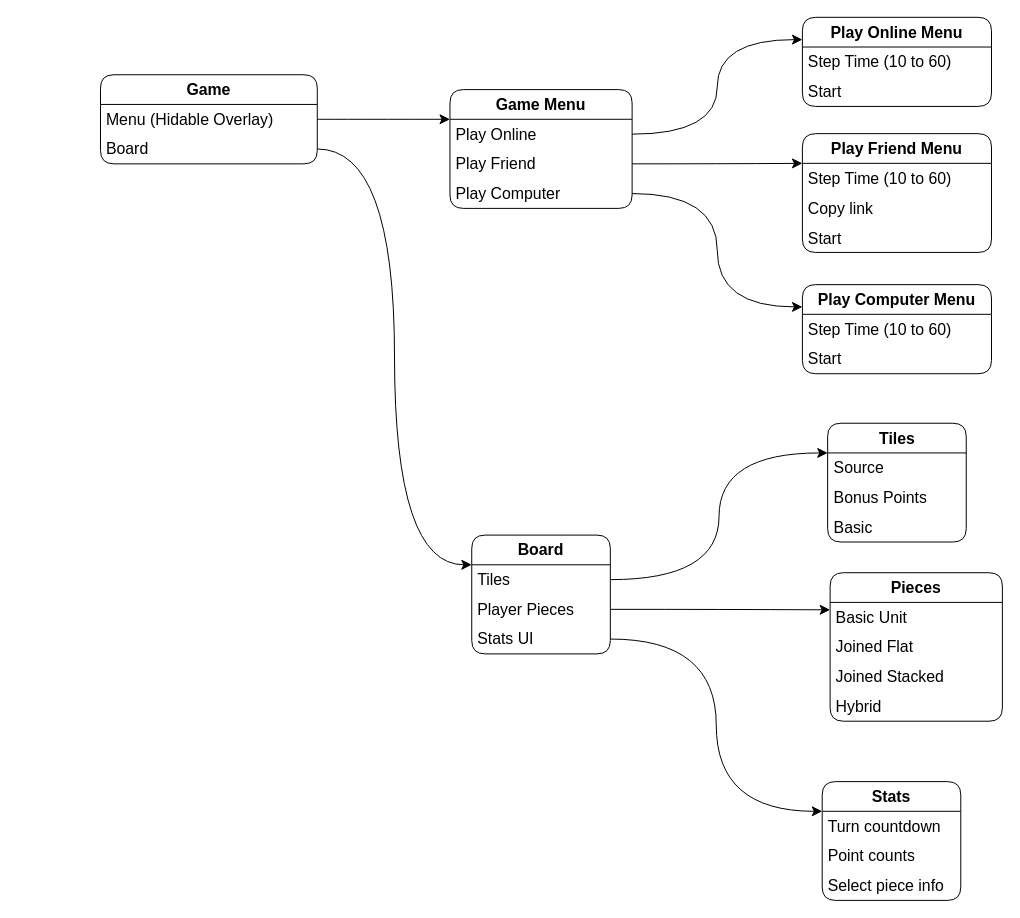
Before: FoldersGambit.drawio in sonusario/Folders-Gambit, a draw.io diagram. Source tidied: cells renumbered, new cells numbered last; positions are measured from the earlier drawing's top-left corner, leaving out a move shared by most shapes. Both pictures are drawn from the tidied source at 99%, with x=0, y=0 at pixel (100, 17).
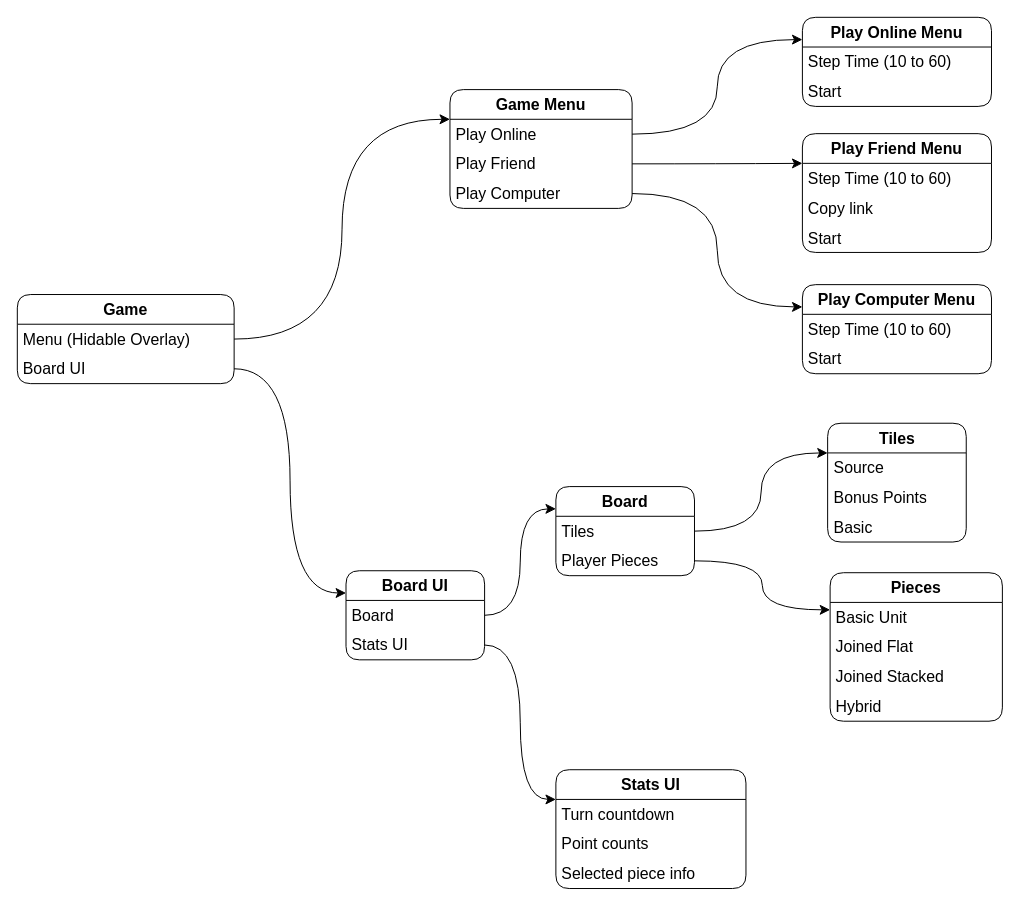
After the change.

Unchanged cells that the change refers to:
```xml
<mxCell id="2" value="&lt;b&gt;Game Menu&lt;/b&gt;" style="swimlane;fontStyle=0;horizontal=1;startSize=30;whiteSpace=wrap;html=1;fontSize=16;rounded=1;" parent="1" vertex="1">
  <mxGeometry x="353" y="73" width="184" height="120" as="geometry" />
</mxCell>
<mxCell id="24" value="Menu (Hidable Overlay)" style="text;strokeColor=none;fillColor=none;align=left;verticalAlign=middle;spacingLeft=4;spacingRight=4;overflow=hidden;points=[[0,0.5],[1,0.5]];portConstraint=eastwest;whiteSpace=wrap;html=1;fontSize=16;" parent="23" vertex="1">
  <mxGeometry y="30" width="219" height="30" as="geometry" />
</mxCell>
```

Change to the diagram source:
```diff
@@
     <mxCell id="19" value="&lt;b&gt;Board&lt;/b&gt;" style="swimlane;fontStyle=0;horizontal=1;startSize=30;whiteSpace=wrap;html=1;fontSize=16;rounded=1;" parent="1" vertex="1">
-      <mxGeometry x="375" y="523" width="140" height="120" as="geometry" />
+      <mxGeometry x="460" y="474" width="140" height="90" as="geometry" />
     </mxCell>
@@
-    <mxCell id="22" value="Stats UI" style="text;strokeColor=none;fillColor=none;align=left;verticalAlign=middle;spacingLeft=4;spacingRight=4;overflow=hidden;points=[[0,0.5],[1,0.5]];portConstraint=eastwest;whiteSpace=wrap;html=1;fontSize=16;" parent="19" vertex="1">
-      <mxGeometry y="90" width="140" height="30" as="geometry" />
-    </mxCell>
     <mxCell id="23" value="&lt;b&gt;Game&lt;/b&gt;" style="swimlane;fontStyle=0;horizontal=1;startSize=30;whiteSpace=wrap;html=1;fontSize=16;rounded=1;" parent="1" vertex="1">
-      <mxGeometry y="58" width="219" height="90" as="geometry" />
+      <mxGeometry x="-84" y="280" width="219" height="90" as="geometry" />
     </mxCell>
@@
-    <mxCell id="25" value="Board" style="text;strokeColor=none;fillColor=none;align=left;verticalAlign=middle;spacingLeft=4;spacingRight=4;overflow=hidden;points=[[0,0.5],[1,0.5]];portConstraint=eastwest;whiteSpace=wrap;html=1;fontSize=16;" parent="23" vertex="1">
+    <mxCell id="25" value="Board UI" style="text;strokeColor=none;fillColor=none;align=left;verticalAlign=middle;spacingLeft=4;spacingRight=4;overflow=hidden;points=[[0,0.5],[1,0.5]];portConstraint=eastwest;whiteSpace=wrap;html=1;fontSize=16;" parent="23" vertex="1">
       <mxGeometry y="60" width="219" height="30" as="geometry" />
     </mxCell>
-    <mxCell id="26" style="edgeStyle=orthogonalEdgeStyle;curved=1;rounded=0;jettySize=auto;html=1;exitX=1;exitY=0.5;exitDx=0;exitDy=0;entryX=0;entryY=0.25;entryDx=0;entryDy=0;fontSize=12;startSize=8;endSize=8;" parent="1" edge="1" source="24" target="2">
-      <mxGeometry relative="1" as="geometry" />
-    </mxCell>
-    <mxCell id="27" style="edgeStyle=orthogonalEdgeStyle;curved=1;rounded=0;jettySize=auto;html=1;exitX=1;exitY=0.5;exitDx=0;exitDy=0;entryX=0;entryY=0.25;entryDx=0;entryDy=0;fontSize=12;startSize=8;endSize=8;" parent="1" edge="1" source="25" target="19">
-      <mxGeometry relative="1" as="geometry" />
-    </mxCell>
@@
-    <mxCell id="39" value="&lt;b&gt;Stats&lt;/b&gt;" style="swimlane;fontStyle=0;horizontal=1;startSize=30;whiteSpace=wrap;html=1;fontSize=16;rounded=1;" parent="1" vertex="1">
-      <mxGeometry x="729" y="772" width="140" height="120" as="geometry" />
+    <mxCell id="39" value="&lt;b&gt;Stats UI&lt;/b&gt;" style="swimlane;fontStyle=0;horizontal=1;startSize=30;whiteSpace=wrap;html=1;fontSize=16;rounded=1;" parent="1" vertex="1">
+      <mxGeometry x="460" y="760" width="192" height="120" as="geometry" />
     </mxCell>
     <mxCell id="40" value="Turn countdown" style="text;strokeColor=none;fillColor=none;align=left;verticalAlign=middle;spacingLeft=4;spacingRight=4;overflow=hidden;whiteSpace=wrap;html=1;fontSize=16;" parent="39" vertex="1">
-      <mxGeometry y="30" width="140" height="30" as="geometry" />
+      <mxGeometry y="30" width="192" height="30" as="geometry" />
     </mxCell>
     <mxCell id="41" value="Point counts" style="text;strokeColor=none;fillColor=none;align=left;verticalAlign=middle;spacingLeft=4;spacingRight=4;overflow=hidden;whiteSpace=wrap;html=1;fontSize=16;" parent="39" vertex="1">
-      <mxGeometry y="60" width="140" height="30" as="geometry" />
+      <mxGeometry y="60" width="192" height="30" as="geometry" />
     </mxCell>
-    <mxCell id="42" value="Select piece info" style="text;strokeColor=none;fillColor=none;align=left;verticalAlign=middle;spacingLeft=4;spacingRight=4;overflow=hidden;whiteSpace=wrap;html=1;fontSize=16;" parent="39" vertex="1">
-      <mxGeometry y="90" width="140" height="30" as="geometry" />
+    <mxCell id="42" value="Selected piece info" style="text;strokeColor=none;fillColor=none;align=left;verticalAlign=middle;spacingLeft=4;spacingRight=4;overflow=hidden;whiteSpace=wrap;html=1;fontSize=16;" parent="39" vertex="1">
+      <mxGeometry y="90" width="192" height="30" as="geometry" />
     </mxCell>
+    <mxCell id="44" style="edgeStyle=orthogonalEdgeStyle;curved=1;rounded=0;jettySize=auto;html=1;exitX=1;exitY=0.5;exitDx=0;exitDy=0;entryX=0;entryY=0.25;entryDx=0;entryDy=0;fontSize=12;startSize=8;endSize=8;" parent="1" edge="1" source="45" target="19">
+      <mxGeometry relative="1" as="geometry" />
+    </mxCell>
+    <mxCell id="45" value="&lt;b&gt;Board UI&lt;/b&gt;" style="swimlane;fontStyle=0;horizontal=1;startSize=30;whiteSpace=wrap;html=1;fontSize=16;rounded=1;" parent="1" vertex="1">
+      <mxGeometry x="248" y="559" width="140" height="90" as="geometry" />
+    </mxCell>
+    <mxCell id="46" value="Board" style="text;strokeColor=none;fillColor=none;align=left;verticalAlign=middle;spacingLeft=4;spacingRight=4;overflow=hidden;whiteSpace=wrap;html=1;fontSize=16;" parent="45" vertex="1">
+      <mxGeometry y="30" width="140" height="30" as="geometry" />
+    </mxCell>
+    <mxCell id="22" value="Stats UI" style="text;strokeColor=none;fillColor=none;align=left;verticalAlign=middle;spacingLeft=4;spacingRight=4;overflow=hidden;points=[[0,0.5],[1,0.5]];portConstraint=eastwest;whiteSpace=wrap;html=1;fontSize=16;" parent="45" vertex="1">
+      <mxGeometry y="60" width="140" height="30" as="geometry" />
+    </mxCell>
@@
+    <mxCell id="26" style="edgeStyle=orthogonalEdgeStyle;curved=1;rounded=0;jettySize=auto;html=1;exitX=1;exitY=0.5;exitDx=0;exitDy=0;entryX=0;entryY=0.25;entryDx=0;entryDy=0;fontSize=12;startSize=8;endSize=8;" parent="1" edge="1" source="24" target="2">
+      <mxGeometry relative="1" as="geometry" />
+    </mxCell>
+    <mxCell id="47" style="edgeStyle=orthogonalEdgeStyle;curved=1;rounded=0;jettySize=auto;html=1;exitX=1;exitY=0.5;exitDx=0;exitDy=0;entryX=0;entryY=0.25;entryDx=0;entryDy=0;fontSize=12;startSize=8;endSize=8;" parent="1" edge="1" source="25" target="45">
+      <mxGeometry relative="1" as="geometry" />
+    </mxCell>
```
